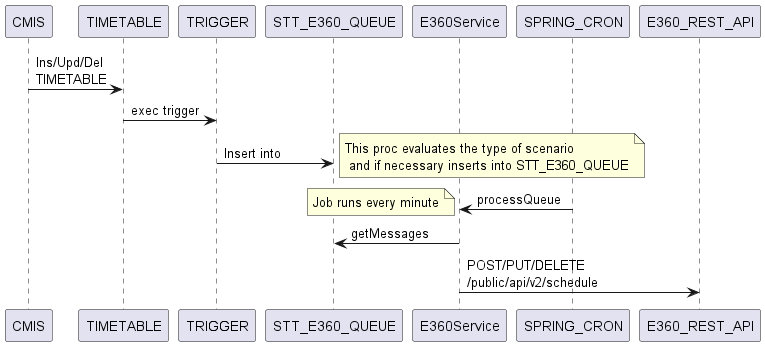
Before: img/seq.png, a diagram exported from PlantUML (ororker/cmis-e360).
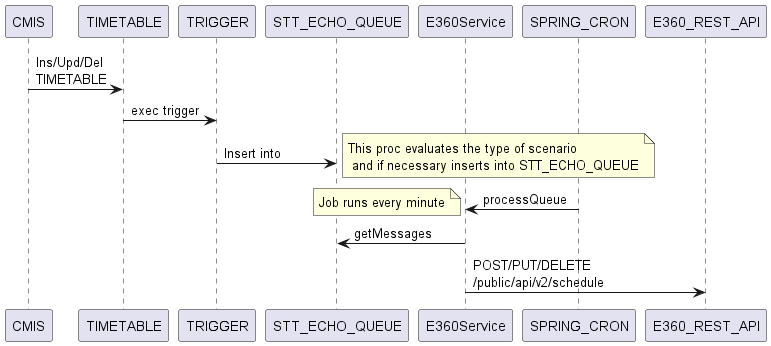
After the change.

Commit message:
update seq diagram to correct table name

The edit, as a diff of the source:
```diff
@@ -1,10 +1,10 @@
 @startuml
 CMIS -> TIMETABLE: Ins/Upd/Del \nTIMETABLE
 TIMETABLE -> TRIGGER: exec trigger
-TRIGGER -> STT_E360_QUEUE: Insert into
-note right: This proc evaluates the type of scenario\n and if necessary inserts into STT_E360_QUEUE
+TRIGGER -> STT_ECHO_QUEUE: Insert into
+note right: This proc evaluates the type of scenario\n and if necessary inserts into STT_ECHO_QUEUE
 E360Service<-SPRING_CRON  : processQueue
 note left: Job runs every minute
-E360Service -> STT_E360_QUEUE: getMessages
+E360Service -> STT_ECHO_QUEUE: getMessages
 E360Service -> E360_REST_API: POST/PUT/DELETE \n/public/api/v2/schedule
 @enduml
```
